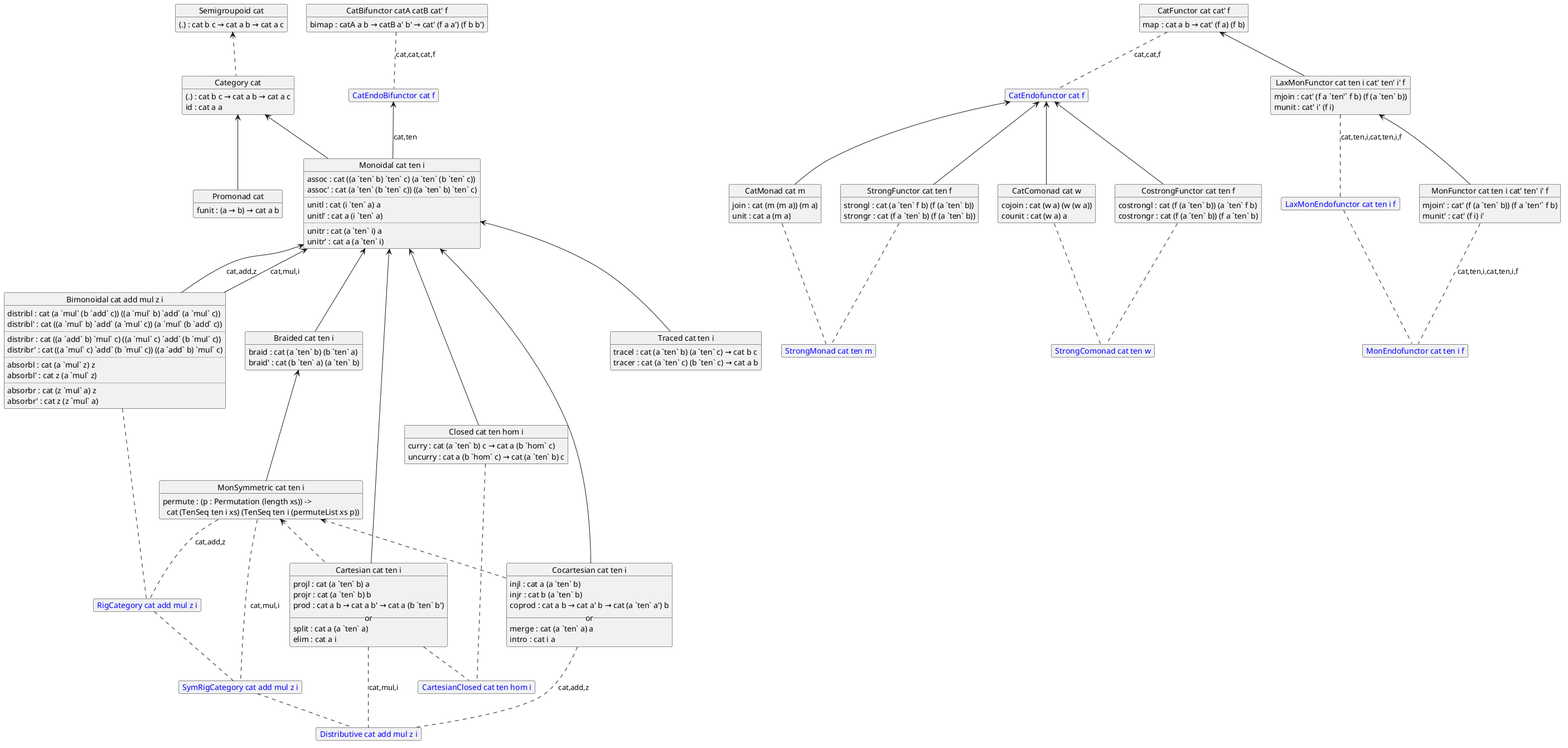
Earlier version of the PlantUML export hierarchy.png (tokinanpa/cats-and-arrows).
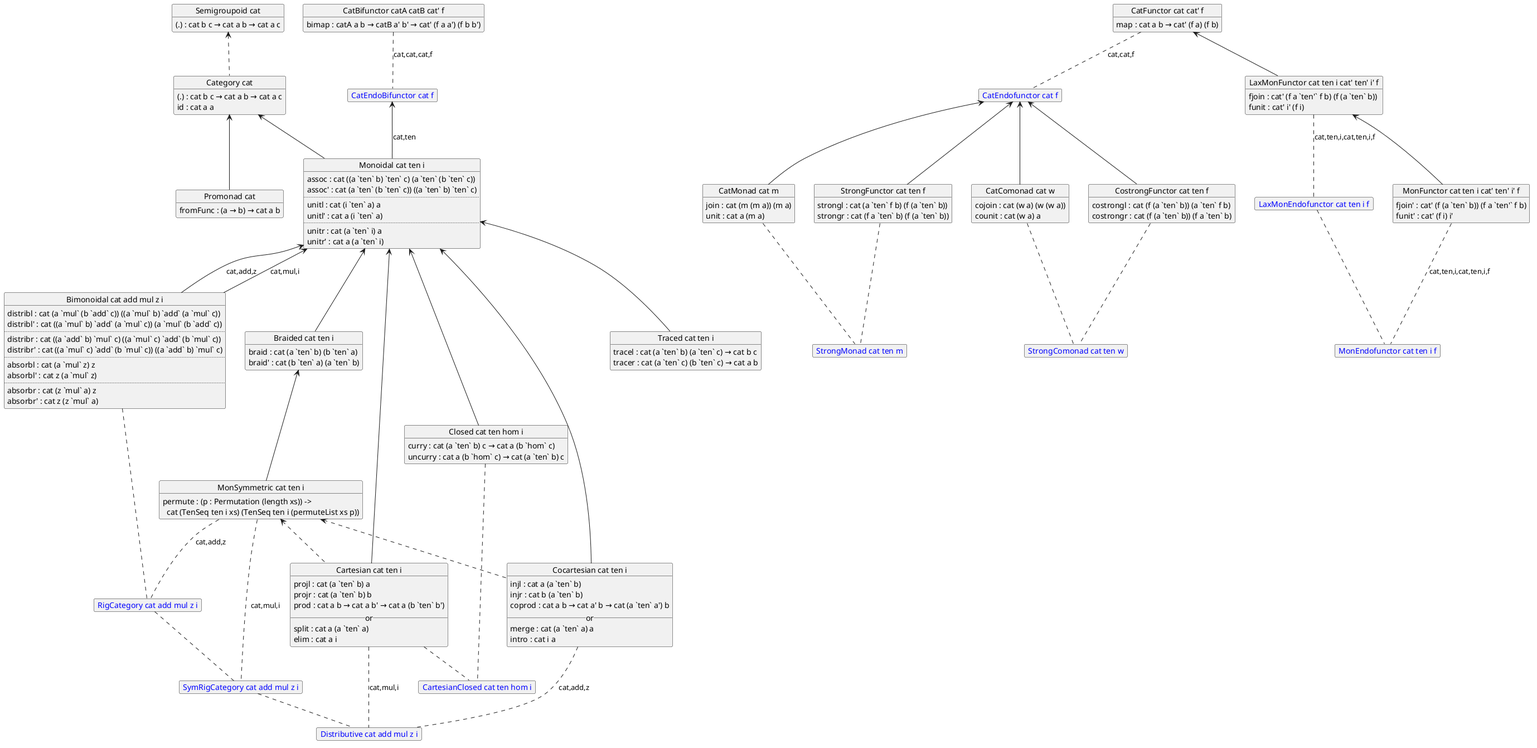
After the change.

What changed in the source:
```diff
@@ -52,7 +52,7 @@
 }
 object "<color:blue>CartesianClosed cat ten hom i" as CartesianClosed
 object "Promonad cat" as Promonad {
-  funit : (a <U+2192> b) <U+2192> cat a b
+  fromFunc : (a <U+2192> b) <U+2192> cat a b
 }
 object "Bimonoidal cat add mul z i" as Bimonoidal {
   distribl : cat (a `mul` (b `add` c)) ((a `mul` b) `add` (a `mul` c))
@@ -76,13 +76,13 @@
 }
 object "<color:blue>CatEndofunctor cat f" as CatEndofunctor
 object "LaxMonFunctor cat ten i cat' ten' i' f" as LaxMonFunctor {
-  mjoin : cat' (f a `ten'` f b) (f (a `ten` b))
-  munit : cat' i' (f i)
+  fjoin : cat' (f a `ten'` f b) (f (a `ten` b))
+  funit : cat' i' (f i)
 }
 object "<color:blue>LaxMonEndofunctor cat ten i f" as LaxMonEndofunctor
 object "MonFunctor cat ten i cat' ten' i' f" as MonFunctor {
-  mjoin' : cat' (f (a `ten` b)) (f a `ten'` f b)
-  munit' : cat' (f i) i'
+  fjoin' : cat' (f (a `ten` b)) (f a `ten'` f b)
+  funit' : cat' (f i) i'
 }
 object "<color:blue>MonEndofunctor cat ten i f" as MonEndofunctor
 object "CatMonad cat m" as CatMonad {
```
